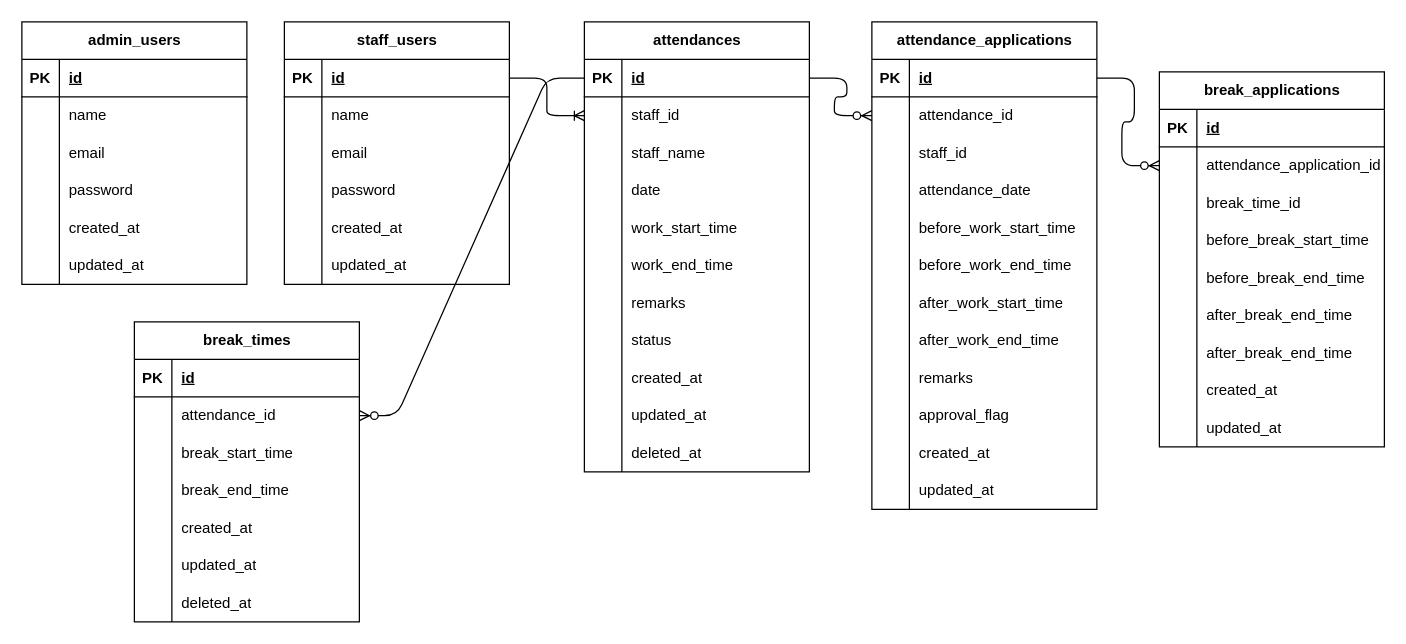
This is ER.drawio from takuichi01/AttendanceManager, a draw.io file, before an edit. Source tidied: cells renumbered, new cells numbered last; positions are measured from the earlier drawing's top-left corner, leaving out a move shared by most shapes. Both pictures are drawn from the tidied source at 125%, with x=0, y=0 at pixel (21, 21).
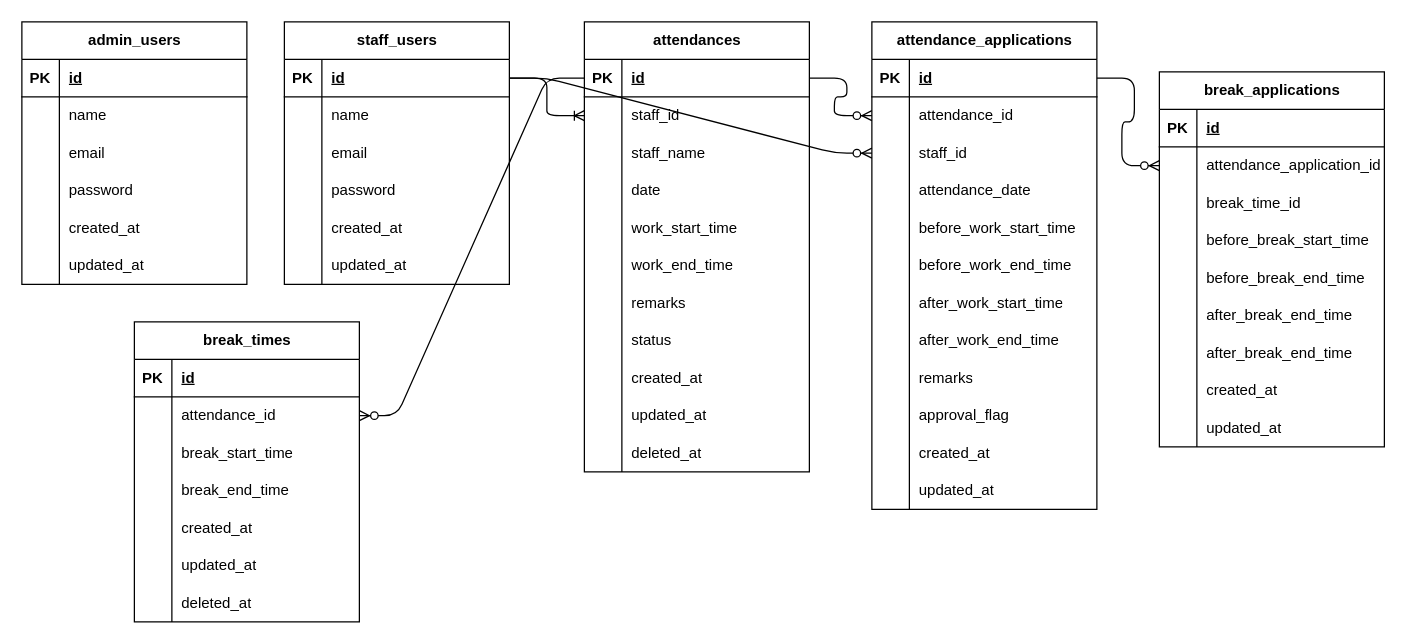
The same diagram, later.

Commit message (it also covers changes not shown here):
基本最終編集

The change refers to these unchanged cells:
```xml
<mxCell id="22" style="shape=tableRow;horizontal=0;startSize=0;swimlaneHead=0;swimlaneBody=0;fillColor=none;points=[[0,0.5],[1,0.5]];portConstraint=eastwest;top=0;left=0;right=0;bottom=1;" parent="21" vertex="1">
  <mxGeometry y="30" width="180" height="30" as="geometry" />
</mxCell>
<mxCell id="105" style="shape=tableRow;horizontal=0;startSize=0;swimlaneHead=0;swimlaneBody=0;fillColor=none;points=[[0,0.5],[1,0.5]];portConstraint=eastwest;top=0;left=0;right=0;bottom=0;" parent="98" vertex="1">
  <mxGeometry y="90" width="180" height="30" as="geometry" />
</mxCell>
```

Change to the diagram source:
```diff
@@
+    <mxCell id="165" style="edgeStyle=entityRelationEdgeStyle;fontSize=12;html=1;endArrow=ERzeroToMany;endFill=1;exitX=1;exitY=0.5;exitDx=0;exitDy=0;entryX=0;entryY=0.5;entryDx=0;entryDy=0;" parent="1" edge="1" source="22" target="105">
+      <mxGeometry relative="1" as="geometry">
+        <Array as="points">
+          <mxPoint x="600" y="570" />
+          <mxPoint x="260" y="360" />
+        </Array>
+      </mxGeometry>
+    </mxCell>
```
